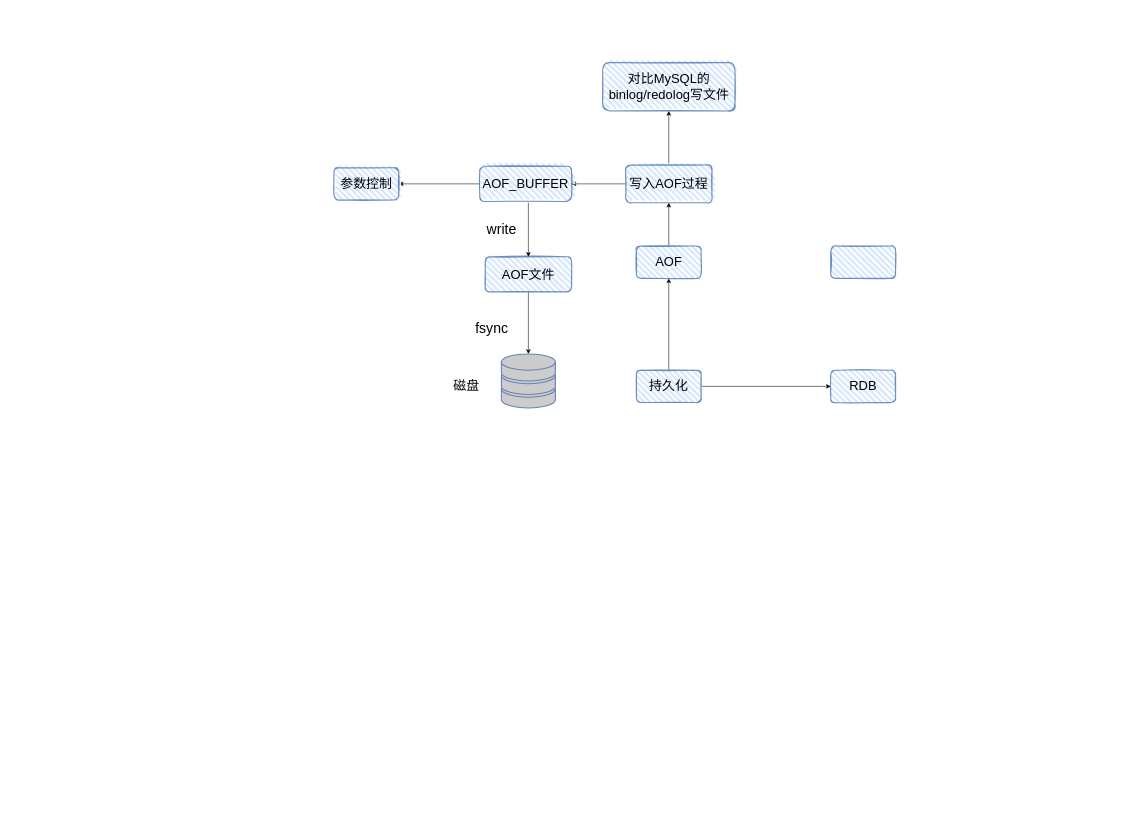
liuyaokeji/drawing keeps this draw.io diagram as Redis/持久化.drawio. Above is the earlier version. Source tidied: cells renumbered, new cells numbered last; positions are measured from the earlier drawing's top-left corner, leaving out a move shared by most shapes. Both pictures are drawn from the tidied source at 54%, with x=0, y=0 at pixel (334, 62).
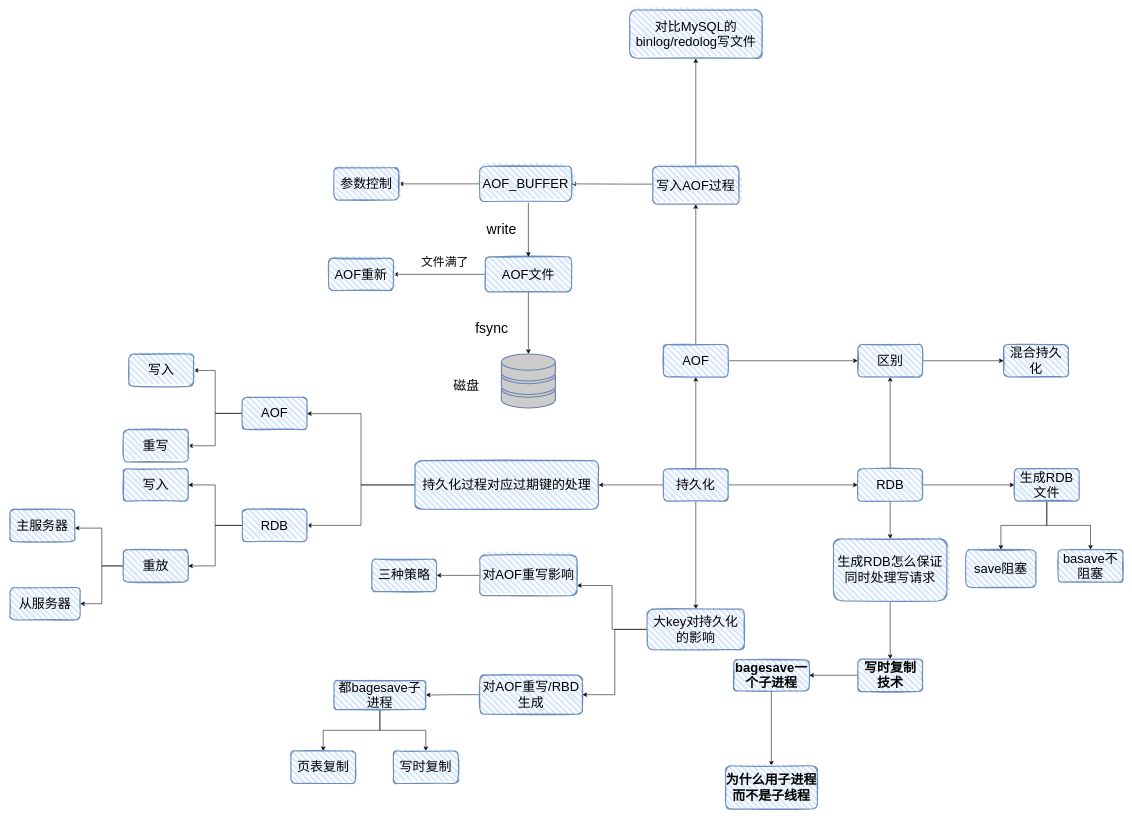
The same page after the edit.

Commit message (it also covers changes not shown here):
更新持久化.drawio

Unchanged cells that the change refers to:
```xml
<mxCell id="13" value="AOF_BUFFER" style="whiteSpace=wrap;html=1;fontSize=24;fillColor=#dae8fc;strokeColor=#6c8ebf;rounded=1;glass=0;sketch=1;fillWeight=4;hachureGap=8;hachureAngle=45;strokeWidth=2;" parent="1" vertex="1">
  <mxGeometry x="270" y="192.5" width="170" height="65" as="geometry" />
</mxCell>
<mxCell id="15" value="AOF文件" style="whiteSpace=wrap;html=1;rounded=1;glass=0;sketch=1;fillWeight=4;hachureGap=8;hachureAngle=45;strokeColor=#6c8ebf;strokeWidth=2;fontFamily=Helvetica;fontSize=24;fontColor=default;fillColor=#dae8fc;" parent="1" vertex="1">
  <mxGeometry x="280" y="360" width="160" height="65" as="geometry" />
</mxCell>
```

Change to the diagram source:
```diff
@@
+    <mxCell id="23" style="edgeStyle=orthogonalEdgeStyle;rounded=0;jettySize=auto;html=1;fontSize=22;" parent="1" edge="1" source="4" target="48">
+      <mxGeometry relative="1" as="geometry" />
+    </mxCell>
+    <mxCell id="24" style="edgeStyle=orthogonalEdgeStyle;rounded=0;jettySize=auto;html=1;entryX=1;entryY=0.5;entryDx=0;entryDy=0;fontSize=22;" parent="1" edge="1" source="4" target="61">
+      <mxGeometry relative="1" as="geometry" />
+    </mxCell>
     <mxCell id="4" value="持久化" style="whiteSpace=wrap;html=1;rounded=1;glass=0;sketch=1;fillWeight=4;hachureGap=8;hachureAngle=45;strokeColor=#6c8ebf;strokeWidth=2;fontFamily=Helvetica;fontSize=24;fontColor=default;fillColor=#dae8fc;" parent="1" vertex="1">
-      <mxGeometry x="560" y="570" width="120" height="60" as="geometry" />
+      <mxGeometry x="610" y="752.5" width="120" height="60" as="geometry" />
     </mxCell>
@@
+    <mxCell id="25" style="edgeStyle=orthogonalEdgeStyle;rounded=0;jettySize=auto;html=1;entryX=0;entryY=0.5;entryDx=0;entryDy=0;fontSize=22;" parent="1" edge="1" source="6" target="8">
+      <mxGeometry relative="1" as="geometry" />
+    </mxCell>
     <mxCell id="6" value="AOF" style="whiteSpace=wrap;html=1;rounded=1;glass=0;sketch=1;fillWeight=4;hachureGap=8;hachureAngle=45;strokeColor=#6c8ebf;strokeWidth=2;fontFamily=Helvetica;fontSize=24;fontColor=default;fillColor=#dae8fc;" parent="1" vertex="1">
-      <mxGeometry x="560" y="340" width="120" height="60" as="geometry" />
+      <mxGeometry x="610" y="522.5" width="120" height="60" as="geometry" />
     </mxCell>
+    <mxCell id="26" style="edgeStyle=orthogonalEdgeStyle;rounded=0;jettySize=auto;html=1;fontSize=22;" parent="1" edge="1" source="7" target="35">
+      <mxGeometry relative="1" as="geometry" />
+    </mxCell>
+    <mxCell id="27" style="edgeStyle=orthogonalEdgeStyle;rounded=0;jettySize=auto;html=1;entryX=0.5;entryY=1;entryDx=0;entryDy=0;fontSize=22;" parent="1" edge="1" source="7" target="8">
+      <mxGeometry relative="1" as="geometry" />
+    </mxCell>
+    <mxCell id="28" style="edgeStyle=orthogonalEdgeStyle;rounded=0;jettySize=auto;html=1;fontSize=22;" parent="1" edge="1" source="7" target="40">
+      <mxGeometry relative="1" as="geometry" />
+    </mxCell>
     <mxCell id="7" value="RDB" style="whiteSpace=wrap;html=1;rounded=1;glass=0;sketch=1;fillWeight=4;hachureGap=8;hachureAngle=45;strokeColor=#6c8ebf;strokeWidth=2;fontFamily=Helvetica;fontSize=24;fontColor=default;fillColor=#dae8fc;" parent="1" vertex="1">
-      <mxGeometry x="920" y="570" width="120" height="60" as="geometry" />
+      <mxGeometry x="970" y="752.5" width="120" height="60" as="geometry" />
     </mxCell>
+    <mxCell id="29" style="edgeStyle=orthogonalEdgeStyle;rounded=0;jettySize=auto;html=1;fontSize=22;" parent="1" edge="1" source="8" target="38">
+      <mxGeometry relative="1" as="geometry" />
+    </mxCell>
-    <mxCell id="8" style="whiteSpace=wrap;html=1;rounded=1;glass=0;sketch=1;fillWeight=4;hachureGap=8;hachureAngle=45;strokeColor=#6c8ebf;strokeWidth=2;fontFamily=Helvetica;fontSize=24;fontColor=default;fillColor=#dae8fc;" parent="1" vertex="1">
-      <mxGeometry x="920" y="340" width="120" height="60" as="geometry" />
+    <mxCell id="8" value="区别" style="whiteSpace=wrap;html=1;rounded=1;glass=0;sketch=1;fillWeight=4;hachureGap=8;hachureAngle=45;strokeColor=#6c8ebf;strokeWidth=2;fontFamily=Helvetica;fontSize=24;fontColor=default;fillColor=#dae8fc;" parent="1" vertex="1">
+      <mxGeometry x="970" y="522.5" width="120" height="60" as="geometry" />
     </mxCell>
+    <mxCell id="10" style="edgeStyle=orthogonalEdgeStyle;rounded=0;jettySize=auto;html=1;fontSize=22;" parent="1" edge="1" source="11" target="21">
+      <mxGeometry relative="1" as="geometry" />
+    </mxCell>
-    <mxCell id="9" style="edgeStyle=orthogonalEdgeStyle;rounded=0;jettySize=auto;html=1;fontSize=22;" parent="1" edge="1" source="11" target="13">
-      <mxGeometry relative="1" as="geometry" />
+    <mxCell id="9" style="edgeStyle=orthogonalEdgeStyle;rounded=0;jettySize=auto;html=1;entryX=1;entryY=0.5;entryDx=0;entryDy=0;fontSize=22;" parent="1" edge="1" source="11" target="13">
+      <mxGeometry relative="1" as="geometry">
+        <Array as="points">
+          <mxPoint x="550" y="225.5" />
+          <mxPoint x="550" y="225.5" />
+        </Array>
+      </mxGeometry>
     </mxCell>
-    <mxCell id="10" style="edgeStyle=orthogonalEdgeStyle;rounded=0;jettySize=auto;html=1;fontSize=22;" parent="1" edge="1" source="11" target="21">
-      <mxGeometry relative="1" as="geometry" />
-    </mxCell>
     <mxCell id="11" value="写入AOF过程" style="whiteSpace=wrap;html=1;fontSize=24;fillColor=#dae8fc;strokeColor=#6c8ebf;rounded=1;glass=0;sketch=1;fillWeight=4;hachureGap=8;hachureAngle=45;strokeWidth=2;" parent="1" vertex="1">
-      <mxGeometry x="540" y="190" width="160" height="70" as="geometry" />
+      <mxGeometry x="590" y="192.5" width="160" height="70" as="geometry" />
     </mxCell>
@@
+    <mxCell id="30" style="edgeStyle=orthogonalEdgeStyle;rounded=0;jettySize=auto;html=1;fontSize=22;" parent="1" edge="1" source="15" target="31">
+      <mxGeometry relative="1" as="geometry" />
+    </mxCell>
@@
     <mxCell id="21" value="对比MySQL的binlog/redolog写文件" style="whiteSpace=wrap;html=1;fontSize=24;fillColor=#dae8fc;strokeColor=#6c8ebf;rounded=1;glass=0;sketch=1;fillWeight=4;hachureGap=8;hachureAngle=45;strokeWidth=2;" parent="1" vertex="1">
-      <mxGeometry x="497.5" width="245" height="90" as="geometry" />
+      <mxGeometry x="547.5" y="-97.5" width="245" height="90" as="geometry" />
     </mxCell>
@@
+    <mxCell id="31" value="AOF重新" style="whiteSpace=wrap;html=1;fontSize=24;fillColor=#dae8fc;strokeColor=#6c8ebf;rounded=1;glass=0;sketch=1;fillWeight=4;hachureGap=8;hachureAngle=45;strokeWidth=2;" parent="1" vertex="1">
+      <mxGeometry x="-10" y="362.5" width="120" height="60" as="geometry" />
+    </mxCell>
+    <mxCell id="32" value="文件满了" style="text;html=1;align=center;verticalAlign=middle;strokeColor=none;fillColor=none;fontSize=22;" parent="1" vertex="1">
+      <mxGeometry x="150" y="350" width="110" height="40" as="geometry" />
+    </mxCell>
+    <mxCell id="33" style="edgeStyle=orthogonalEdgeStyle;rounded=0;jettySize=auto;html=1;fontSize=22;" parent="1" edge="1" source="35" target="36">
+      <mxGeometry relative="1" as="geometry" />
+    </mxCell>
+    <mxCell id="34" style="edgeStyle=orthogonalEdgeStyle;rounded=0;jettySize=auto;html=1;fontSize=22;" parent="1" edge="1" source="35" target="37">
+      <mxGeometry relative="1" as="geometry" />
+    </mxCell>
+    <mxCell id="35" value="生成RDB文件" style="whiteSpace=wrap;html=1;fontSize=24;fillColor=#dae8fc;strokeColor=#6c8ebf;rounded=1;glass=0;sketch=1;fillWeight=4;hachureGap=8;hachureAngle=45;strokeWidth=2;" parent="1" vertex="1">
+      <mxGeometry x="1260" y="752.5" width="120" height="60" as="geometry" />
+    </mxCell>
+    <mxCell id="36" value="save阻塞" style="whiteSpace=wrap;html=1;fontSize=24;fillColor=#dae8fc;strokeColor=#6c8ebf;rounded=1;glass=0;sketch=1;fillWeight=4;hachureGap=8;hachureAngle=45;strokeWidth=2;" parent="1" vertex="1">
+      <mxGeometry x="1170" y="902.5" width="130" height="70" as="geometry" />
+    </mxCell>
+    <mxCell id="37" value="basave不阻塞" style="whiteSpace=wrap;html=1;fontSize=24;fillColor=#dae8fc;strokeColor=#6c8ebf;rounded=1;glass=0;sketch=1;fillWeight=4;hachureGap=8;hachureAngle=45;strokeWidth=2;" parent="1" vertex="1">
+      <mxGeometry x="1341" y="902.5" width="120" height="60" as="geometry" />
+    </mxCell>
+    <mxCell id="38" value="混合持久化" style="whiteSpace=wrap;html=1;rounded=1;glass=0;sketch=1;fillWeight=4;hachureGap=8;hachureAngle=45;strokeColor=#6c8ebf;strokeWidth=2;fontFamily=Helvetica;fontSize=24;fontColor=default;fillColor=#dae8fc;" parent="1" vertex="1">
+      <mxGeometry x="1240" y="522.5" width="120" height="60" as="geometry" />
+    </mxCell>
+    <mxCell id="39" style="edgeStyle=orthogonalEdgeStyle;rounded=0;jettySize=auto;html=1;fontSize=22;" parent="1" edge="1" source="40" target="42">
+      <mxGeometry relative="1" as="geometry" />
+    </mxCell>
+    <mxCell id="40" value="生成RDB怎么保证同时处理写请求" style="whiteSpace=wrap;html=1;fontSize=24;fillColor=#dae8fc;strokeColor=#6c8ebf;rounded=1;glass=0;sketch=1;fillWeight=4;hachureGap=8;hachureAngle=45;strokeWidth=2;" parent="1" vertex="1">
+      <mxGeometry x="925" y="882.5" width="210" height="115" as="geometry" />
+    </mxCell>
+    <mxCell id="41" style="edgeStyle=orthogonalEdgeStyle;rounded=0;jettySize=auto;html=1;fontSize=22;" parent="1" edge="1" source="42" target="44">
+      <mxGeometry relative="1" as="geometry" />
+    </mxCell>
+    <mxCell id="42" value="写时复制技术" style="whiteSpace=wrap;html=1;fontSize=24;fillColor=#dae8fc;strokeColor=#6c8ebf;rounded=1;glass=0;sketch=1;fillWeight=4;hachureGap=8;hachureAngle=45;strokeWidth=2;fontStyle=1;" parent="1" vertex="1">
+      <mxGeometry x="970" y="1105" width="120" height="60" as="geometry" />
+    </mxCell>
+    <mxCell id="43" style="edgeStyle=orthogonalEdgeStyle;rounded=0;jettySize=auto;html=1;fontSize=22;" parent="1" edge="1" source="44" target="45">
+      <mxGeometry relative="1" as="geometry" />
+    </mxCell>
+    <mxCell id="44" value="bagesave一个子进程" style="whiteSpace=wrap;html=1;fontSize=24;fillColor=#dae8fc;strokeColor=#6c8ebf;rounded=1;glass=0;sketch=1;fillWeight=4;hachureGap=8;hachureAngle=45;strokeWidth=2;fontStyle=1;" parent="1" vertex="1">
+      <mxGeometry x="740" y="1106.2" width="140" height="57.5" as="geometry" />
+    </mxCell>
+    <mxCell id="45" value="为什么用子进程而不是子线程" style="whiteSpace=wrap;html=1;fontSize=24;fillColor=#dae8fc;strokeColor=#6c8ebf;rounded=1;glass=0;sketch=1;fillWeight=4;hachureGap=8;hachureAngle=45;strokeWidth=2;fontStyle=1;" parent="1" vertex="1">
+      <mxGeometry x="725" y="1302.5" width="170" height="80" as="geometry" />
+    </mxCell>
+    <mxCell id="46" style="edgeStyle=orthogonalEdgeStyle;rounded=0;jettySize=auto;html=1;entryX=1;entryY=0.75;entryDx=0;entryDy=0;fontSize=22;" parent="1" edge="1" source="48" target="50">
+      <mxGeometry relative="1" as="geometry" />
+    </mxCell>
+    <mxCell id="47" style="edgeStyle=orthogonalEdgeStyle;rounded=0;jettySize=auto;html=1;entryX=1;entryY=0.5;entryDx=0;entryDy=0;fontSize=22;" parent="1" edge="1" source="48" target="53">
+      <mxGeometry relative="1" as="geometry" />
+    </mxCell>
+    <mxCell id="48" value="大key对持久化的影响" style="whiteSpace=wrap;html=1;fontSize=24;fillColor=#dae8fc;strokeColor=#6c8ebf;rounded=1;glass=0;sketch=1;fillWeight=4;hachureGap=8;hachureAngle=45;strokeWidth=2;" parent="1" vertex="1">
+      <mxGeometry x="580" y="1012.5" width="180" height="75" as="geometry" />
+    </mxCell>
+    <mxCell id="49" style="edgeStyle=orthogonalEdgeStyle;rounded=0;jettySize=auto;html=1;fontSize=22;" parent="1" edge="1" source="50" target="51">
+      <mxGeometry relative="1" as="geometry" />
+    </mxCell>
+    <mxCell id="50" value="对AOF重写影响" style="whiteSpace=wrap;html=1;fontSize=24;fillColor=#dae8fc;strokeColor=#6c8ebf;rounded=1;glass=0;sketch=1;fillWeight=4;hachureGap=8;hachureAngle=45;strokeWidth=2;" parent="1" vertex="1">
+      <mxGeometry x="270" y="912.5" width="180" height="75" as="geometry" />
+    </mxCell>
+    <mxCell id="51" value="三种策略" style="whiteSpace=wrap;html=1;fontSize=24;fillColor=#dae8fc;strokeColor=#6c8ebf;rounded=1;glass=0;sketch=1;fillWeight=4;hachureGap=8;hachureAngle=45;strokeWidth=2;" parent="1" vertex="1">
+      <mxGeometry x="70" y="920" width="120" height="60" as="geometry" />
+    </mxCell>
+    <mxCell id="52" style="edgeStyle=orthogonalEdgeStyle;rounded=0;jettySize=auto;html=1;fontSize=22;" parent="1" edge="1" source="53" target="56">
+      <mxGeometry relative="1" as="geometry" />
+    </mxCell>
+    <mxCell id="53" value="对AOF重写/RBD生成" style="whiteSpace=wrap;html=1;fontSize=24;fillColor=#dae8fc;strokeColor=#6c8ebf;rounded=1;glass=0;sketch=1;fillWeight=4;hachureGap=8;hachureAngle=45;strokeWidth=2;" parent="1" vertex="1">
+      <mxGeometry x="270" y="1134.7" width="190" height="72.5" as="geometry" />
+    </mxCell>
+    <mxCell id="54" style="edgeStyle=orthogonalEdgeStyle;rounded=0;jettySize=auto;html=1;fontSize=22;" parent="1" edge="1" source="56" target="57">
+      <mxGeometry relative="1" as="geometry" />
+    </mxCell>
+    <mxCell id="55" style="edgeStyle=orthogonalEdgeStyle;rounded=0;jettySize=auto;html=1;fontSize=22;" parent="1" edge="1" source="56" target="58">
+      <mxGeometry relative="1" as="geometry" />
+    </mxCell>
+    <mxCell id="56" value="都bagesave子进程" style="whiteSpace=wrap;html=1;fontSize=24;fillColor=#dae8fc;strokeColor=#6c8ebf;rounded=1;glass=0;sketch=1;fillWeight=4;hachureGap=8;hachureAngle=45;strokeWidth=2;" parent="1" vertex="1">
+      <mxGeometry y="1144.7" width="170" height="53.8" as="geometry" />
+    </mxCell>
+    <mxCell id="57" value="页表复制" style="whiteSpace=wrap;html=1;fontSize=24;fillColor=#dae8fc;strokeColor=#6c8ebf;rounded=1;glass=0;sketch=1;fillWeight=4;hachureGap=8;hachureAngle=45;strokeWidth=2;" parent="1" vertex="1">
+      <mxGeometry x="-80" y="1275.3" width="120" height="60" as="geometry" />
+    </mxCell>
+    <mxCell id="58" value="写时复制" style="whiteSpace=wrap;html=1;fontSize=24;fillColor=#dae8fc;strokeColor=#6c8ebf;rounded=1;glass=0;sketch=1;fillWeight=4;hachureGap=8;hachureAngle=45;strokeWidth=2;" parent="1" vertex="1">
+      <mxGeometry x="110" y="1275.3" width="120" height="60" as="geometry" />
+    </mxCell>
+    <mxCell id="59" style="edgeStyle=orthogonalEdgeStyle;rounded=0;jettySize=auto;html=1;fontSize=22;" parent="1" edge="1" source="61" target="64">
+      <mxGeometry relative="1" as="geometry">
+        <Array as="points">
+          <mxPoint x="50" y="782.5" />
+          <mxPoint x="50" y="650.5" />
+        </Array>
+      </mxGeometry>
+    </mxCell>
+    <mxCell id="60" style="edgeStyle=orthogonalEdgeStyle;rounded=0;jettySize=auto;html=1;entryX=1;entryY=0.5;entryDx=0;entryDy=0;fontSize=22;" parent="1" edge="1" source="61" target="67">
+      <mxGeometry relative="1" as="geometry" />
+    </mxCell>
+    <mxCell id="61" value="持久化过程对应过期键的处理" style="whiteSpace=wrap;html=1;fontSize=24;fillColor=#dae8fc;strokeColor=#6c8ebf;rounded=1;glass=0;sketch=1;fillWeight=4;hachureGap=8;hachureAngle=45;strokeWidth=2;" parent="1" vertex="1">
+      <mxGeometry x="150" y="737.5" width="340" height="90" as="geometry" />
+    </mxCell>
+    <mxCell id="62" style="edgeStyle=orthogonalEdgeStyle;rounded=0;jettySize=auto;html=1;fontSize=22;" parent="1" edge="1" source="64" target="68">
+      <mxGeometry relative="1" as="geometry">
+        <Array as="points">
+          <mxPoint x="-220" y="650.5" />
+          <mxPoint x="-220" y="570.5" />
+        </Array>
+      </mxGeometry>
+    </mxCell>
+    <mxCell id="63" style="edgeStyle=orthogonalEdgeStyle;rounded=0;jettySize=auto;html=1;entryX=1;entryY=0.5;entryDx=0;entryDy=0;fontSize=22;" parent="1" edge="1" source="64" target="69">
+      <mxGeometry relative="1" as="geometry" />
+    </mxCell>
+    <mxCell id="64" value="AOF" style="whiteSpace=wrap;html=1;fontSize=24;fillColor=#dae8fc;strokeColor=#6c8ebf;rounded=1;glass=0;sketch=1;fillWeight=4;hachureGap=8;hachureAngle=45;strokeWidth=2;" parent="1" vertex="1">
+      <mxGeometry x="-170" y="620" width="120" height="60" as="geometry" />
+    </mxCell>
+    <mxCell id="65" style="edgeStyle=orthogonalEdgeStyle;rounded=0;jettySize=auto;html=1;fontSize=22;" parent="1" edge="1" source="67" target="70">
+      <mxGeometry relative="1" as="geometry">
+        <Array as="points">
+          <mxPoint x="-220" y="857.5" />
+          <mxPoint x="-220" y="782.5" />
+        </Array>
+      </mxGeometry>
+    </mxCell>
+    <mxCell id="66" style="edgeStyle=orthogonalEdgeStyle;rounded=0;jettySize=auto;html=1;entryX=1;entryY=0.5;entryDx=0;entryDy=0;fontSize=22;" parent="1" edge="1" source="67" target="73">
+      <mxGeometry relative="1" as="geometry" />
+    </mxCell>
+    <mxCell id="67" value="RDB" style="whiteSpace=wrap;html=1;fontSize=24;fillColor=#dae8fc;strokeColor=#6c8ebf;rounded=1;glass=0;sketch=1;fillWeight=4;hachureGap=8;hachureAngle=45;strokeWidth=2;" parent="1" vertex="1">
+      <mxGeometry x="-170" y="827.5" width="120" height="60" as="geometry" />
+    </mxCell>
+    <mxCell id="68" value="写入" style="whiteSpace=wrap;html=1;fontSize=24;fillColor=#dae8fc;strokeColor=#6c8ebf;rounded=1;glass=0;sketch=1;fillWeight=4;hachureGap=8;hachureAngle=45;strokeWidth=2;" parent="1" vertex="1">
+      <mxGeometry x="-380" y="540" width="120" height="60" as="geometry" />
+    </mxCell>
+    <mxCell id="69" value="重写" style="whiteSpace=wrap;html=1;fontSize=24;fillColor=#dae8fc;strokeColor=#6c8ebf;rounded=1;glass=0;sketch=1;fillWeight=4;hachureGap=8;hachureAngle=45;strokeWidth=2;" parent="1" vertex="1">
+      <mxGeometry x="-390" y="680" width="120" height="60" as="geometry" />
+    </mxCell>
+    <mxCell id="70" value="写入" style="whiteSpace=wrap;html=1;fontSize=24;fillColor=#dae8fc;strokeColor=#6c8ebf;rounded=1;glass=0;sketch=1;fillWeight=4;hachureGap=8;hachureAngle=45;strokeWidth=2;" parent="1" vertex="1">
+      <mxGeometry x="-390" y="752.5" width="120" height="60" as="geometry" />
+    </mxCell>
+    <mxCell id="71" style="edgeStyle=orthogonalEdgeStyle;rounded=0;jettySize=auto;html=1;fontSize=22;" parent="1" edge="1" source="73" target="74">
+      <mxGeometry relative="1" as="geometry">
+        <Array as="points">
+          <mxPoint x="-430" y="932.5" />
+          <mxPoint x="-430" y="862.5" />
+        </Array>
+      </mxGeometry>
+    </mxCell>
+    <mxCell id="72" style="edgeStyle=orthogonalEdgeStyle;rounded=0;jettySize=auto;html=1;entryX=1;entryY=0.5;entryDx=0;entryDy=0;fontSize=22;" parent="1" edge="1" source="73" target="75">
+      <mxGeometry relative="1" as="geometry" />
+    </mxCell>
+    <mxCell id="73" value="重放" style="whiteSpace=wrap;html=1;fontSize=24;fillColor=#dae8fc;strokeColor=#6c8ebf;rounded=1;glass=0;sketch=1;fillWeight=4;hachureGap=8;hachureAngle=45;strokeWidth=2;" parent="1" vertex="1">
+      <mxGeometry x="-390" y="902.5" width="120" height="60" as="geometry" />
+    </mxCell>
+    <mxCell id="74" value="主服务器" style="whiteSpace=wrap;html=1;fontSize=24;fillColor=#dae8fc;strokeColor=#6c8ebf;rounded=1;glass=0;sketch=1;fillWeight=4;hachureGap=8;hachureAngle=45;strokeWidth=2;" parent="1" vertex="1">
+      <mxGeometry x="-600" y="827.5" width="120" height="60" as="geometry" />
+    </mxCell>
+    <mxCell id="75" value="从服务器" style="whiteSpace=wrap;html=1;fontSize=24;fillColor=#dae8fc;strokeColor=#6c8ebf;rounded=1;glass=0;sketch=1;fillWeight=4;hachureGap=8;hachureAngle=45;strokeWidth=2;" parent="1" vertex="1">
+      <mxGeometry x="-600" y="972.5" width="130" height="60" as="geometry" />
+    </mxCell>
```
